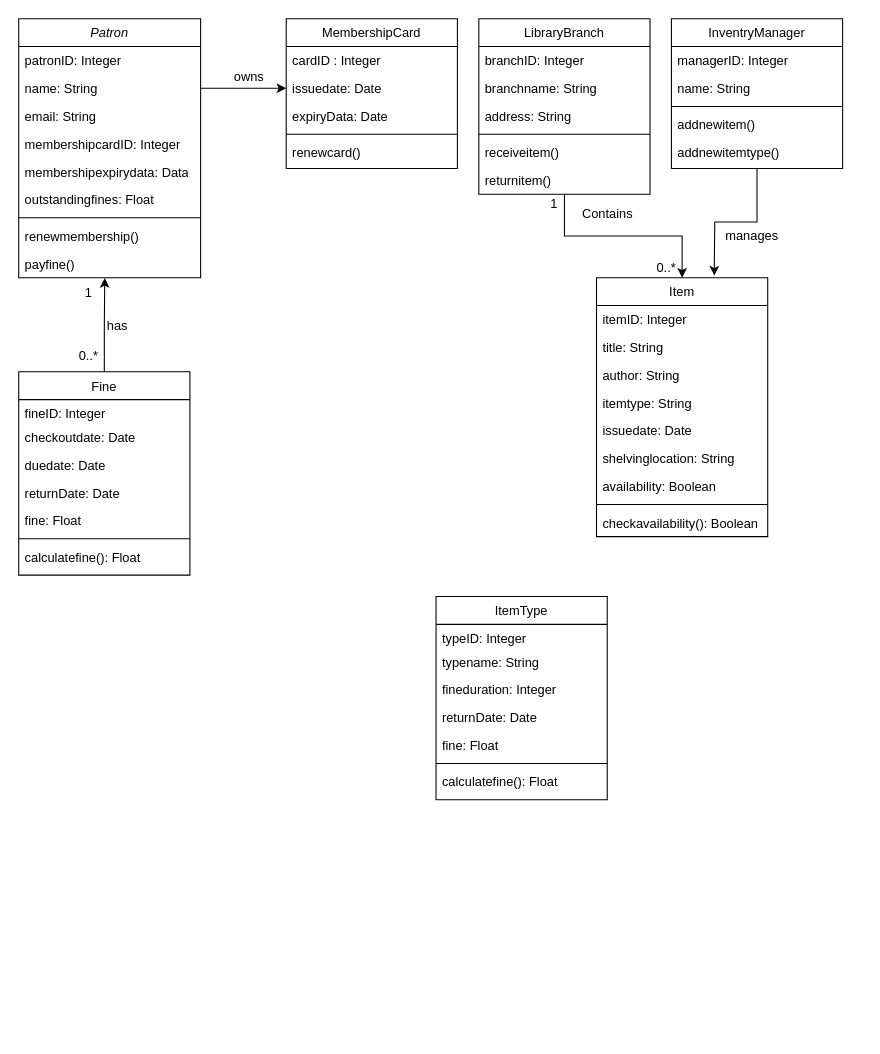
This is Digital_Transformation_WPL.drawio from pateldeep99/Casestudy-2, a draw.io file, before an edit. Source tidied: cells renumbered, new cells numbered last; positions are measured from the earlier drawing's top-left corner, leaving out a move shared by most shapes. Both pictures are drawn from the tidied source at 107%, with x=0, y=0 at pixel (18, 18).
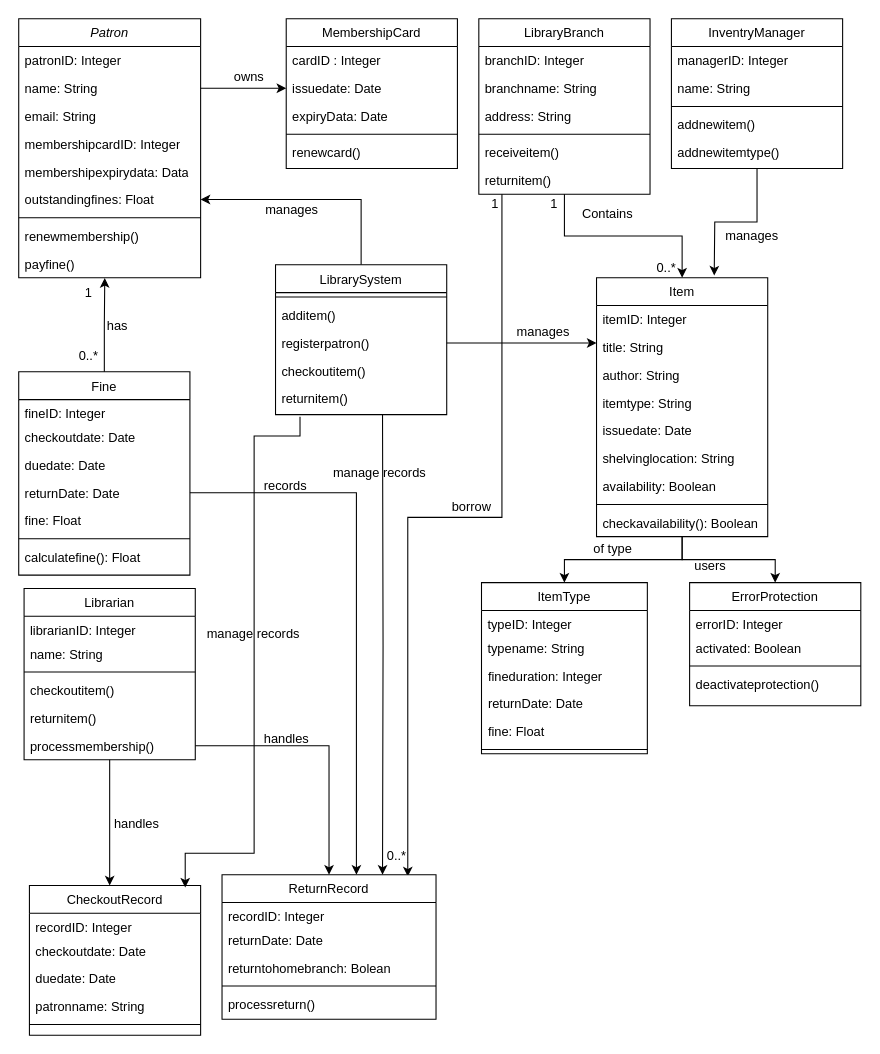
The same page after the edit.

Unchanged cells that the change refers to:
```xml
<mxCell id="8" value="outstandingfines: Float" style="text;strokeColor=none;fillColor=none;align=left;verticalAlign=top;spacingLeft=4;spacingRight=4;overflow=hidden;points=[[0,0.5],[1,0.5]];portConstraint=eastwest;whiteSpace=wrap;html=1;" parent="2" vertex="1">
  <mxGeometry y="156" width="170" height="26" as="geometry" />
</mxCell>
<mxCell id="16" value="returnDate: Date" style="text;strokeColor=none;fillColor=none;align=left;verticalAlign=top;spacingLeft=4;spacingRight=4;overflow=hidden;points=[[0,0.5],[1,0.5]];portConstraint=eastwest;whiteSpace=wrap;html=1;" parent="12" vertex="1">
  <mxGeometry y="100" width="160" height="26" as="geometry" />
</mxCell>
<mxCell id="26" value="returnitem()" style="text;strokeColor=none;fillColor=none;align=left;verticalAlign=top;spacingLeft=4;spacingRight=4;overflow=hidden;points=[[0,0.5],[1,0.5]];portConstraint=eastwest;whiteSpace=wrap;html=1;" parent="20" vertex="1">
  <mxGeometry y="138" width="160" height="26" as="geometry" />
</mxCell>
<mxCell id="46" value="Item" style="swimlane;fontStyle=0;align=center;verticalAlign=top;horizontal=1;startSize=26;rounded=0;shadow=0;strokeWidth=1;" parent="1" vertex="1">
  <mxGeometry x="540" y="242" width="160" height="242" as="geometry" />
</mxCell>
```

What changed in the source:
```diff
@@
+    <mxCell id="69" style="edgeStyle=orthogonalEdgeStyle;rounded=0;jettySize=auto;html=1;" parent="1" edge="1" source="46" target="61">
+      <mxGeometry relative="1" as="geometry" />
+    </mxCell>
+    <mxCell id="70" style="edgeStyle=orthogonalEdgeStyle;rounded=0;jettySize=auto;html=1;" parent="1" edge="1" source="46" target="73">
+      <mxGeometry relative="1" as="geometry" />
+    </mxCell>
@@
+    <mxCell id="71" style="edgeStyle=orthogonalEdgeStyle;rounded=0;jettySize=auto;html=1;entryX=0.765;entryY=1.12;entryDx=0;entryDy=0;exitX=0.135;exitY=1;exitDx=0;exitDy=0;exitPerimeter=0;entryPerimeter=0;" parent="1" edge="1" source="26" target="105">
+      <mxGeometry relative="1" as="geometry" />
+    </mxCell>
@@
     <mxCell id="61" value="ItemType" style="swimlane;fontStyle=0;align=center;verticalAlign=top;horizontal=1;startSize=26;rounded=0;shadow=0;strokeWidth=1;" parent="1" vertex="1">
-      <mxGeometry x="390" y="540" width="160" height="190" as="geometry" />
+      <mxGeometry x="432.5" y="527" width="155" height="160" as="geometry" />
     </mxCell>
     <mxCell id="62" value="typeID: Integer" style="text;align=left;verticalAlign=top;spacingLeft=4;spacingRight=4;overflow=hidden;" parent="61" vertex="1">
-      <mxGeometry y="26" width="160" height="22" as="geometry" />
+      <mxGeometry y="26" width="155" height="22" as="geometry" />
     </mxCell>
     <mxCell id="63" value="typename: String" style="text;align=left;verticalAlign=top;spacingLeft=4;spacingRight=4;overflow=hidden;rounded=0;shadow=0;html=0;" parent="61" vertex="1">
-      <mxGeometry y="48" width="160" height="26" as="geometry" />
+      <mxGeometry y="48" width="155" height="26" as="geometry" />
     </mxCell>
     <mxCell id="64" value="fineduration: Integer" style="text;strokeColor=none;fillColor=none;align=left;verticalAlign=top;spacingLeft=4;spacingRight=4;overflow=hidden;whiteSpace=wrap;html=1;" parent="61" vertex="1">
-      <mxGeometry y="74" width="160" height="26" as="geometry" />
+      <mxGeometry y="74" width="155" height="26" as="geometry" />
     </mxCell>
     <mxCell id="65" value="returnDate: Date" style="text;strokeColor=none;fillColor=none;align=left;verticalAlign=top;spacingLeft=4;spacingRight=4;overflow=hidden;whiteSpace=wrap;html=1;" parent="61" vertex="1">
-      <mxGeometry y="100" width="160" height="26" as="geometry" />
+      <mxGeometry y="100" width="155" height="26" as="geometry" />
     </mxCell>
     <mxCell id="66" value="fine: Float" style="text;strokeColor=none;fillColor=none;align=left;verticalAlign=top;spacingLeft=4;spacingRight=4;overflow=hidden;whiteSpace=wrap;html=1;" parent="61" vertex="1">
-      <mxGeometry y="126" width="160" height="26" as="geometry" />
+      <mxGeometry y="126" width="155" height="26" as="geometry" />
     </mxCell>
     <mxCell id="67" style="line;html=1;strokeWidth=1;align=left;verticalAlign=middle;spacingTop=-1;spacingLeft=3;spacingRight=3;labelPosition=right;" parent="61" vertex="1">
-      <mxGeometry y="152" width="160" height="8" as="geometry" />
+      <mxGeometry y="152" width="155" height="8" as="geometry" />
     </mxCell>
-    <mxCell id="68" value="calculatefine(): Float" style="text;align=left;verticalAlign=top;spacingLeft=4;spacingRight=4;overflow=hidden;" parent="61" vertex="1">
-      <mxGeometry y="160" width="160" height="26" as="geometry" />
-    </mxCell>
+    <mxCell id="72" value="of type" style="text;html=1;align=center;verticalAlign=middle;strokeColor=none;fillColor=none;" parent="1" vertex="1">
+      <mxGeometry x="525" y="481" width="60" height="30" as="geometry" />
+    </mxCell>
+    <mxCell id="73" value="ErrorProtection" style="swimlane;fontStyle=0;align=center;verticalAlign=top;horizontal=1;startSize=26;rounded=0;shadow=0;strokeWidth=1;" parent="1" vertex="1">
+      <mxGeometry x="627" y="527" width="160" height="115" as="geometry" />
+    </mxCell>
+    <mxCell id="74" value="errorID: Integer" style="text;align=left;verticalAlign=top;spacingLeft=4;spacingRight=4;overflow=hidden;" parent="73" vertex="1">
+      <mxGeometry y="26" width="160" height="22" as="geometry" />
+    </mxCell>
+    <mxCell id="75" value="activated: Boolean" style="text;align=left;verticalAlign=top;spacingLeft=4;spacingRight=4;overflow=hidden;rounded=0;shadow=0;html=0;" parent="73" vertex="1">
+      <mxGeometry y="48" width="160" height="26" as="geometry" />
+    </mxCell>
+    <mxCell id="76" style="line;html=1;strokeWidth=1;align=left;verticalAlign=middle;spacingTop=-1;spacingLeft=3;spacingRight=3;labelPosition=right;" parent="73" vertex="1">
+      <mxGeometry y="74" width="160" height="8" as="geometry" />
+    </mxCell>
+    <mxCell id="77" value="deactivateprotection()" style="text;align=left;verticalAlign=top;spacingLeft=4;spacingRight=4;overflow=hidden;" parent="73" vertex="1">
+      <mxGeometry y="82" width="160" height="26" as="geometry" />
+    </mxCell>
+    <mxCell id="78" value="users" style="text;html=1;align=center;verticalAlign=middle;strokeColor=none;fillColor=none;" parent="1" vertex="1">
+      <mxGeometry x="621" y="497" width="50" height="30" as="geometry" />
+    </mxCell>
+    <mxCell id="79" value="Librarian" style="swimlane;fontStyle=0;align=center;verticalAlign=top;horizontal=1;startSize=26;rounded=0;shadow=0;strokeWidth=1;" parent="1" vertex="1">
+      <mxGeometry x="5" y="532.5" width="160" height="160" as="geometry" />
+    </mxCell>
+    <mxCell id="80" value="librarianID: Integer" style="text;align=left;verticalAlign=top;spacingLeft=4;spacingRight=4;overflow=hidden;" parent="79" vertex="1">
+      <mxGeometry y="26" width="160" height="22" as="geometry" />
+    </mxCell>
+    <mxCell id="81" value="name: String" style="text;align=left;verticalAlign=top;spacingLeft=4;spacingRight=4;overflow=hidden;rounded=0;shadow=0;html=0;" parent="79" vertex="1">
+      <mxGeometry y="48" width="160" height="26" as="geometry" />
+    </mxCell>
+    <mxCell id="82" style="line;html=1;strokeWidth=1;align=left;verticalAlign=middle;spacingTop=-1;spacingLeft=3;spacingRight=3;labelPosition=right;" parent="79" vertex="1">
+      <mxGeometry y="74" width="160" height="8" as="geometry" />
+    </mxCell>
+    <mxCell id="83" value="checkoutitem()" style="text;align=left;verticalAlign=top;spacingLeft=4;spacingRight=4;overflow=hidden;" parent="79" vertex="1">
+      <mxGeometry y="82" width="160" height="26" as="geometry" />
+    </mxCell>
+    <mxCell id="84" value="returnitem()" style="text;strokeColor=none;fillColor=none;align=left;verticalAlign=top;spacingLeft=4;spacingRight=4;overflow=hidden;whiteSpace=wrap;html=1;" parent="79" vertex="1">
+      <mxGeometry y="108" width="160" height="26" as="geometry" />
+    </mxCell>
+    <mxCell id="85" value="processmembership()" style="text;strokeColor=none;fillColor=none;align=left;verticalAlign=top;spacingLeft=4;spacingRight=4;overflow=hidden;points=[[0,0.5],[1,0.5]];portConstraint=eastwest;whiteSpace=wrap;html=1;" parent="79" vertex="1">
+      <mxGeometry y="134" width="160" height="26" as="geometry" />
+    </mxCell>
+    <mxCell id="86" value="CheckoutRecord" style="swimlane;fontStyle=0;align=center;verticalAlign=top;horizontal=1;startSize=26;rounded=0;shadow=0;strokeWidth=1;" parent="1" vertex="1">
+      <mxGeometry x="10" y="810" width="160" height="140" as="geometry" />
+    </mxCell>
+    <mxCell id="87" value="recordID: Integer" style="text;align=left;verticalAlign=top;spacingLeft=4;spacingRight=4;overflow=hidden;" parent="86" vertex="1">
+      <mxGeometry y="26" width="160" height="22" as="geometry" />
+    </mxCell>
+    <mxCell id="88" value="checkoutdate: Date" style="text;align=left;verticalAlign=top;spacingLeft=4;spacingRight=4;overflow=hidden;rounded=0;shadow=0;html=0;" parent="86" vertex="1">
+      <mxGeometry y="48" width="160" height="26" as="geometry" />
+    </mxCell>
+    <mxCell id="89" value="duedate: Date" style="text;strokeColor=none;fillColor=none;align=left;verticalAlign=top;spacingLeft=4;spacingRight=4;overflow=hidden;whiteSpace=wrap;html=1;" parent="86" vertex="1">
+      <mxGeometry y="74" width="160" height="26" as="geometry" />
+    </mxCell>
+    <mxCell id="90" value="patronname: String" style="text;strokeColor=none;fillColor=none;align=left;verticalAlign=top;spacingLeft=4;spacingRight=4;overflow=hidden;whiteSpace=wrap;html=1;" parent="86" vertex="1">
+      <mxGeometry y="100" width="160" height="26" as="geometry" />
+    </mxCell>
+    <mxCell id="91" style="line;html=1;strokeWidth=1;align=left;verticalAlign=middle;spacingTop=-1;spacingLeft=3;spacingRight=3;labelPosition=right;" parent="86" vertex="1">
+      <mxGeometry y="126" width="160" height="8" as="geometry" />
+    </mxCell>
+    <mxCell id="92" value="ReturnRecord" style="swimlane;fontStyle=0;align=center;verticalAlign=top;horizontal=1;startSize=26;rounded=0;shadow=0;strokeWidth=1;" parent="1" vertex="1">
+      <mxGeometry x="190" y="800" width="200" height="135" as="geometry" />
+    </mxCell>
+    <mxCell id="93" value="recordID: Integer" style="text;align=left;verticalAlign=top;spacingLeft=4;spacingRight=4;overflow=hidden;" parent="92" vertex="1">
+      <mxGeometry y="26" width="200" height="22" as="geometry" />
+    </mxCell>
+    <mxCell id="94" value="returnDate: Date" style="text;align=left;verticalAlign=top;spacingLeft=4;spacingRight=4;overflow=hidden;rounded=0;shadow=0;html=0;" parent="92" vertex="1">
+      <mxGeometry y="48" width="200" height="26" as="geometry" />
+    </mxCell>
+    <mxCell id="95" value="returntohomebranch: Bolean" style="text;strokeColor=none;fillColor=none;align=left;verticalAlign=top;spacingLeft=4;spacingRight=4;overflow=hidden;whiteSpace=wrap;html=1;" parent="92" vertex="1">
+      <mxGeometry y="74" width="200" height="26" as="geometry" />
+    </mxCell>
+    <mxCell id="96" style="line;html=1;strokeWidth=1;align=left;verticalAlign=middle;spacingTop=-1;spacingLeft=3;spacingRight=3;labelPosition=right;" parent="92" vertex="1">
+      <mxGeometry y="100" width="200" height="8" as="geometry" />
+    </mxCell>
+    <mxCell id="97" value="processreturn()" style="text;align=left;verticalAlign=top;spacingLeft=4;spacingRight=4;overflow=hidden;" parent="92" vertex="1">
+      <mxGeometry y="108" width="200" height="26" as="geometry" />
+    </mxCell>
+    <mxCell id="98" style="edgeStyle=orthogonalEdgeStyle;rounded=0;jettySize=auto;html=1;" parent="1" edge="1" source="79">
+      <mxGeometry relative="1" as="geometry">
+        <mxPoint x="85" y="810" as="targetPoint" />
+      </mxGeometry>
+    </mxCell>
+    <mxCell id="99" style="edgeStyle=orthogonalEdgeStyle;rounded=0;jettySize=auto;html=1;entryX=0.5;entryY=0;entryDx=0;entryDy=0;" parent="1" edge="1" source="85" target="92">
+      <mxGeometry relative="1" as="geometry" />
+    </mxCell>
+    <mxCell id="100" value="handles" style="text;html=1;align=center;verticalAlign=middle;strokeColor=none;fillColor=none;" parent="1" vertex="1">
+      <mxGeometry x="215" y="658" width="70" height="30" as="geometry" />
+    </mxCell>
+    <mxCell id="101" value="handles" style="text;html=1;align=center;verticalAlign=middle;strokeColor=none;fillColor=none;" parent="1" vertex="1">
+      <mxGeometry x="75" y="738" width="70" height="30" as="geometry" />
+    </mxCell>
+    <mxCell id="102" style="edgeStyle=orthogonalEdgeStyle;rounded=0;jettySize=auto;html=1;exitX=1;exitY=0.5;exitDx=0;exitDy=0;entryX=0.628;entryY=0;entryDx=0;entryDy=0;entryPerimeter=0;" parent="1" edge="1" source="16" target="92">
+      <mxGeometry relative="1" as="geometry" />
+    </mxCell>
+    <mxCell id="103" value="records" style="text;html=1;align=center;verticalAlign=middle;strokeColor=none;fillColor=none;" parent="1" vertex="1">
+      <mxGeometry x="219" y="422" width="60" height="30" as="geometry" />
+    </mxCell>
+    <mxCell id="104" value="1" style="text;html=1;align=center;verticalAlign=middle;strokeColor=none;fillColor=none;" parent="1" vertex="1">
+      <mxGeometry x="430" y="158" width="30" height="30" as="geometry" />
+    </mxCell>
+    <mxCell id="105" value="0..*" style="text;html=1;align=center;verticalAlign=middle;points=[];strokeColor=none;fillColor=none;" parent="1" vertex="1">
+      <mxGeometry x="333" y="768" width="40" height="30" as="geometry" />
+    </mxCell>
+    <mxCell id="106" style="edgeStyle=orthogonalEdgeStyle;rounded=0;jettySize=auto;html=1;exitX=0.5;exitY=0;exitDx=0;exitDy=0;entryX=1;entryY=0.5;entryDx=0;entryDy=0;" parent="1" edge="1" source="108" target="8">
+      <mxGeometry relative="1" as="geometry" />
+    </mxCell>
+    <mxCell id="107" style="edgeStyle=orthogonalEdgeStyle;rounded=0;jettySize=auto;html=1;entryX=0.75;entryY=0;entryDx=0;entryDy=0;" parent="1" edge="1" target="92">
+      <mxGeometry relative="1" as="geometry">
+        <mxPoint x="340" y="370" as="sourcePoint" />
+      </mxGeometry>
+    </mxCell>
+    <mxCell id="108" value="LibrarySystem" style="swimlane;fontStyle=0;align=center;verticalAlign=top;horizontal=1;startSize=26;rounded=0;shadow=0;strokeWidth=1;" parent="1" vertex="1">
+      <mxGeometry x="240" y="230" width="160" height="140" as="geometry" />
+    </mxCell>
+    <mxCell id="109" style="line;html=1;strokeWidth=1;align=left;verticalAlign=middle;spacingTop=-1;spacingLeft=3;spacingRight=3;labelPosition=right;" parent="108" vertex="1">
+      <mxGeometry y="26" width="160" height="8" as="geometry" />
+    </mxCell>
+    <mxCell id="110" value="additem()" style="text;align=left;verticalAlign=top;spacingLeft=4;spacingRight=4;overflow=hidden;" parent="108" vertex="1">
+      <mxGeometry y="34" width="160" height="26" as="geometry" />
+    </mxCell>
+    <mxCell id="111" value="registerpatron()" style="text;strokeColor=none;fillColor=none;align=left;verticalAlign=top;spacingLeft=4;spacingRight=4;overflow=hidden;points=[[0,0.5],[1,0.5]];portConstraint=eastwest;whiteSpace=wrap;html=1;" parent="108" vertex="1">
+      <mxGeometry y="60" width="160" height="26" as="geometry" />
+    </mxCell>
+    <mxCell id="112" value="checkoutitem()" style="text;strokeColor=none;fillColor=none;align=left;verticalAlign=top;spacingLeft=4;spacingRight=4;overflow=hidden;whiteSpace=wrap;html=1;" parent="108" vertex="1">
+      <mxGeometry y="86" width="160" height="26" as="geometry" />
+    </mxCell>
+    <mxCell id="113" value="returnitem()" style="text;strokeColor=none;fillColor=none;align=left;verticalAlign=top;spacingLeft=4;spacingRight=4;overflow=hidden;points=[[0,0.5],[1,0.5]];portConstraint=eastwest;whiteSpace=wrap;html=1;" parent="108" vertex="1">
+      <mxGeometry y="112" width="160" height="26" as="geometry" />
+    </mxCell>
+    <mxCell id="114" value="manages" style="text;html=1;align=center;verticalAlign=middle;strokeColor=none;fillColor=none;" parent="1" vertex="1">
+      <mxGeometry x="220" y="164" width="70" height="30" as="geometry" />
+    </mxCell>
+    <mxCell id="115" style="edgeStyle=orthogonalEdgeStyle;rounded=0;jettySize=auto;html=1;exitX=1;exitY=0.5;exitDx=0;exitDy=0;" parent="1" edge="1" source="111">
+      <mxGeometry relative="1" as="geometry">
+        <mxPoint x="540" y="303" as="targetPoint" />
+      </mxGeometry>
+    </mxCell>
+    <mxCell id="116" value="manages" style="text;html=1;align=center;verticalAlign=middle;strokeColor=none;fillColor=none;" parent="1" vertex="1">
+      <mxGeometry x="455" y="278" width="70" height="30" as="geometry" />
+    </mxCell>
+    <mxCell id="117" value="borrow" style="text;html=1;align=center;verticalAlign=middle;strokeColor=none;fillColor=none;" parent="1" vertex="1">
+      <mxGeometry x="393" y="442" width="60" height="30" as="geometry" />
+    </mxCell>
+    <mxCell id="118" style="edgeStyle=orthogonalEdgeStyle;rounded=0;jettySize=auto;html=1;entryX=0.91;entryY=0.014;entryDx=0;entryDy=0;entryPerimeter=0;exitX=0.143;exitY=1.154;exitDx=0;exitDy=0;exitPerimeter=0;" parent="1" edge="1" source="113" target="86">
+      <mxGeometry relative="1" as="geometry">
+        <Array as="points">
+          <mxPoint x="263" y="390" />
+          <mxPoint x="220" y="390" />
+          <mxPoint x="220" y="780" />
+          <mxPoint x="156" y="780" />
+        </Array>
+      </mxGeometry>
+    </mxCell>
+    <mxCell id="119" value="manage records" style="text;html=1;align=center;verticalAlign=middle;strokeColor=none;fillColor=none;" parent="1" vertex="1">
+      <mxGeometry x="164" y="560" width="110" height="30" as="geometry" />
+    </mxCell>
+    <mxCell id="120" value="manage records" style="text;html=1;align=center;verticalAlign=middle;strokeColor=none;fillColor=none;" parent="1" vertex="1">
+      <mxGeometry x="282" y="410" width="110" height="30" as="geometry" />
+    </mxCell>
```
